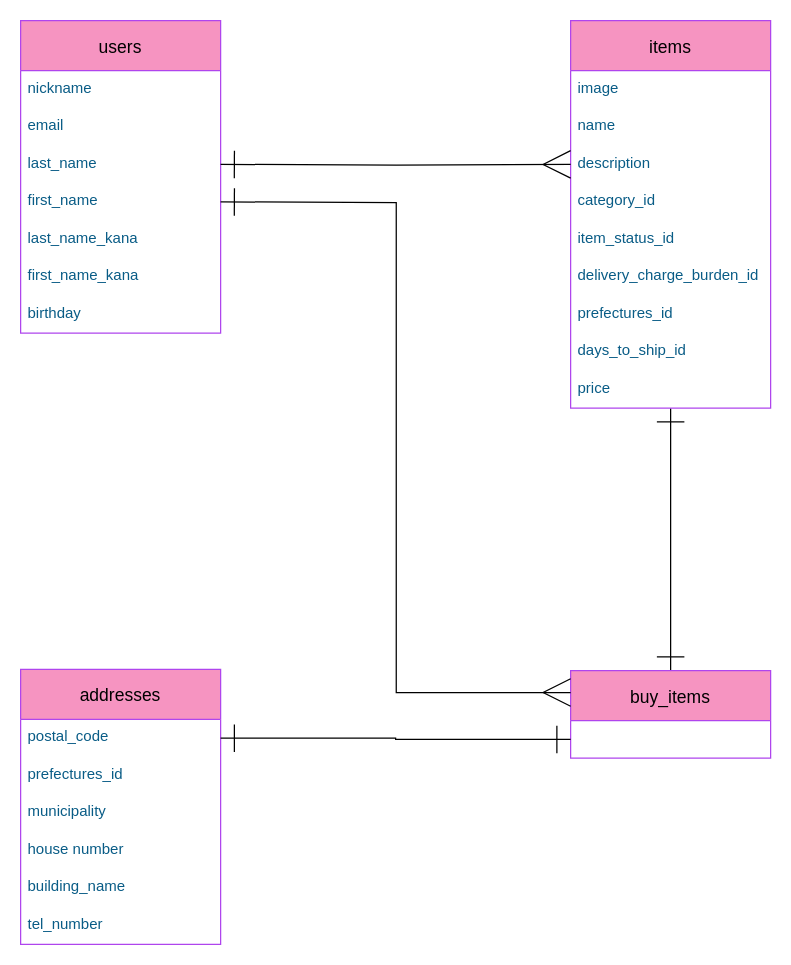
Before: ER.dio in moto-smas-mlt/furima-35070, a draw.io diagram. Source tidied: cells renumbered, new cells numbered last; positions are measured from the earlier drawing's top-left corner, leaving out a move shared by most shapes. Both pictures are drawn from the tidied source at 125%, with x=0, y=0 at pixel (20, 20).
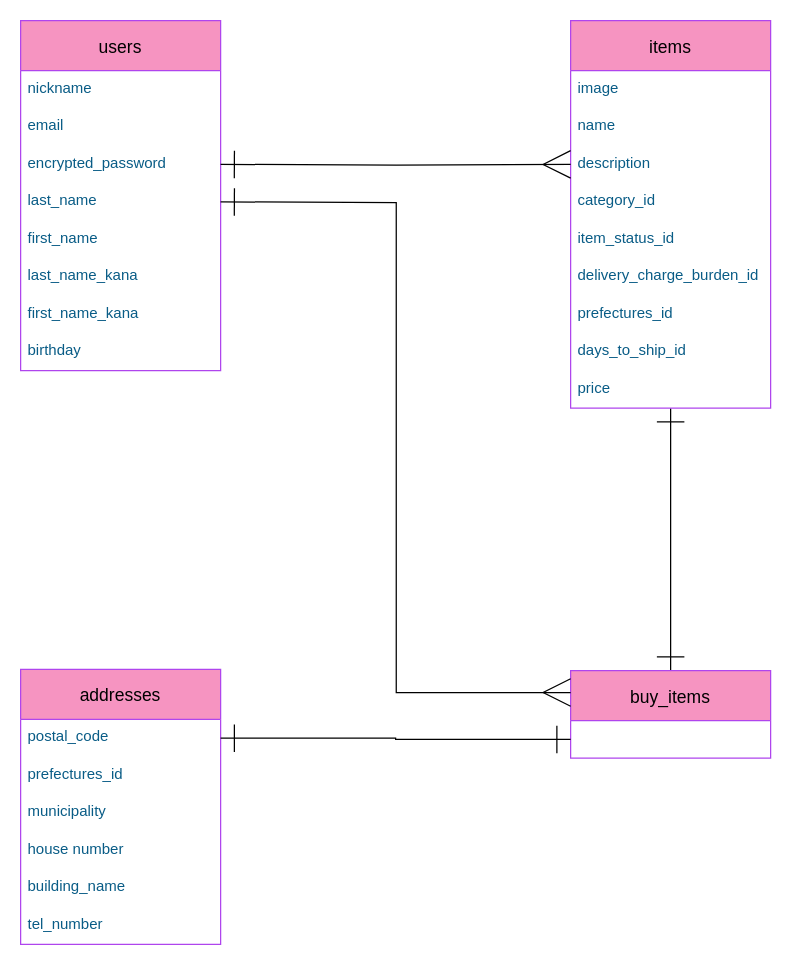
The same diagram, later.

Diff of the diagram source:
```diff
@@
     <mxCell id="2" value="users" style="swimlane;fontStyle=0;horizontal=1;startSize=40;align=center;fontSize=14;rounded=0;sketch=0;strokeColor=#AF45ED;fillColor=#F694C1;" parent="1" vertex="1">
-      <mxGeometry width="160" height="250" as="geometry" />
+      <mxGeometry width="160" height="280" as="geometry" />
     </mxCell>
@@
+    <mxCell id="32" value="encrypted_password" style="text;strokeColor=none;fillColor=none;spacingLeft=4;spacingRight=4;overflow=hidden;fontSize=12;fontColor=#095C86;" parent="2" vertex="1">
+      <mxGeometry y="100" width="160" height="30" as="geometry" />
+    </mxCell>
     <mxCell id="5" value="last_name" style="text;strokeColor=none;fillColor=none;spacingLeft=4;spacingRight=4;overflow=hidden;fontSize=12;fontColor=#095C86;" parent="2" vertex="1">
-      <mxGeometry y="100" width="160" height="30" as="geometry" />
+      <mxGeometry y="130" width="160" height="30" as="geometry" />
     </mxCell>
     <mxCell id="6" value="first_name" style="text;strokeColor=none;fillColor=none;spacingLeft=4;spacingRight=4;overflow=hidden;fontSize=12;fontColor=#095C86;" parent="2" vertex="1">
-      <mxGeometry y="130" width="160" height="30" as="geometry" />
+      <mxGeometry y="160" width="160" height="30" as="geometry" />
     </mxCell>
     <mxCell id="7" value="last_name_kana" style="text;strokeColor=none;fillColor=none;spacingLeft=4;spacingRight=4;overflow=hidden;fontSize=12;fontColor=#095C86;" parent="2" vertex="1">
-      <mxGeometry y="160" width="160" height="30" as="geometry" />
+      <mxGeometry y="190" width="160" height="30" as="geometry" />
     </mxCell>
     <mxCell id="8" value="first_name_kana" style="text;strokeColor=none;fillColor=none;spacingLeft=4;spacingRight=4;overflow=hidden;fontSize=12;fontColor=#095C86;" parent="2" vertex="1">
-      <mxGeometry y="190" width="160" height="30" as="geometry" />
+      <mxGeometry y="220" width="160" height="30" as="geometry" />
     </mxCell>
     <mxCell id="9" value="birthday" style="text;strokeColor=none;fillColor=none;spacingLeft=4;spacingRight=4;overflow=hidden;fontSize=12;fontColor=#095C86;" parent="2" vertex="1">
-      <mxGeometry y="220" width="160" height="30" as="geometry" />
+      <mxGeometry y="250" width="160" height="30" as="geometry" />
     </mxCell>
```
